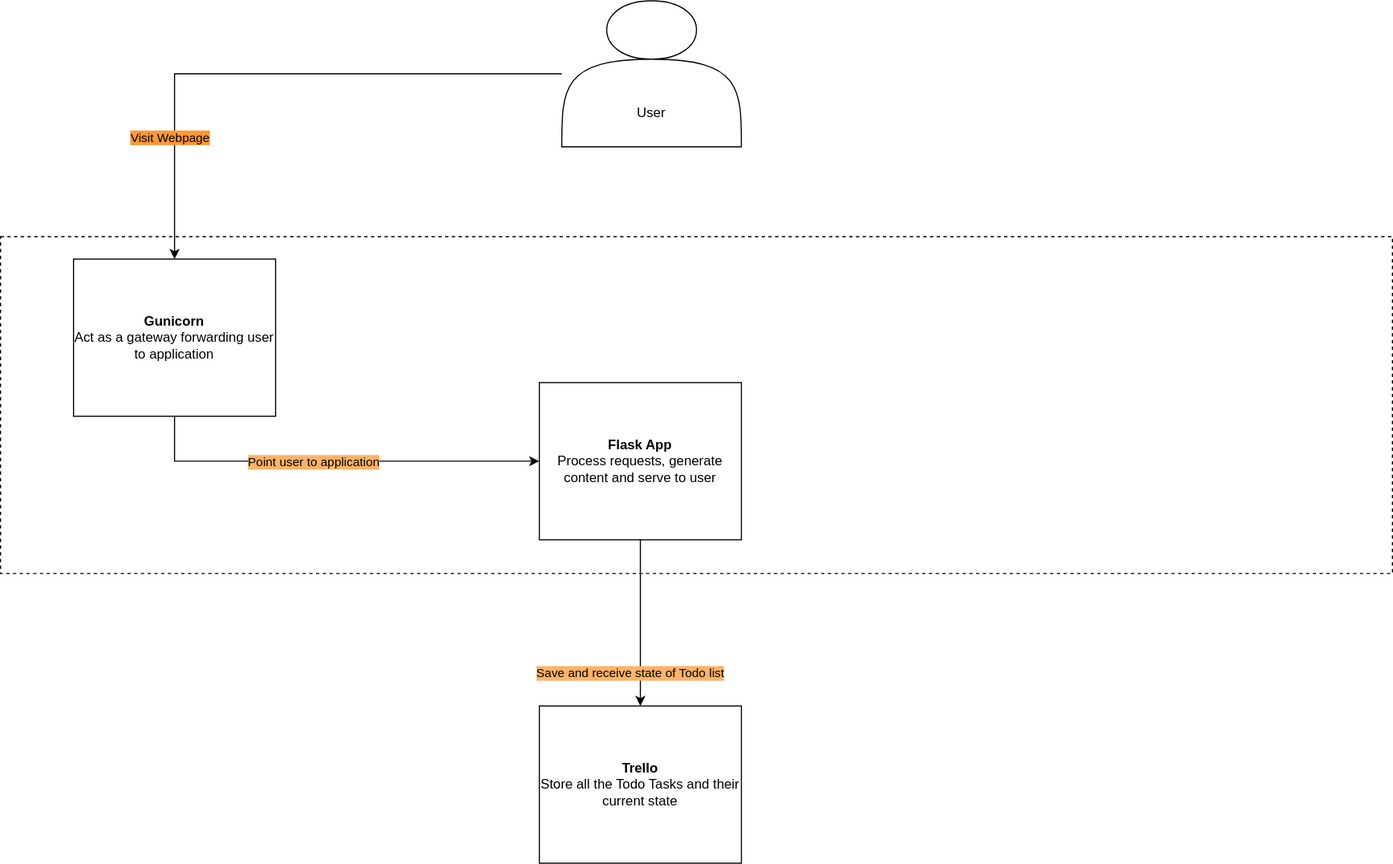
This is documentation/Container.svg from Karrot96/DevOps-Course-Starter, a draw.io export, as it was before one commit. Source tidied: cells renumbered, new cells last; positions are measured from the earlier drawing's top-left corner, leaving out a move shared by most shapes.
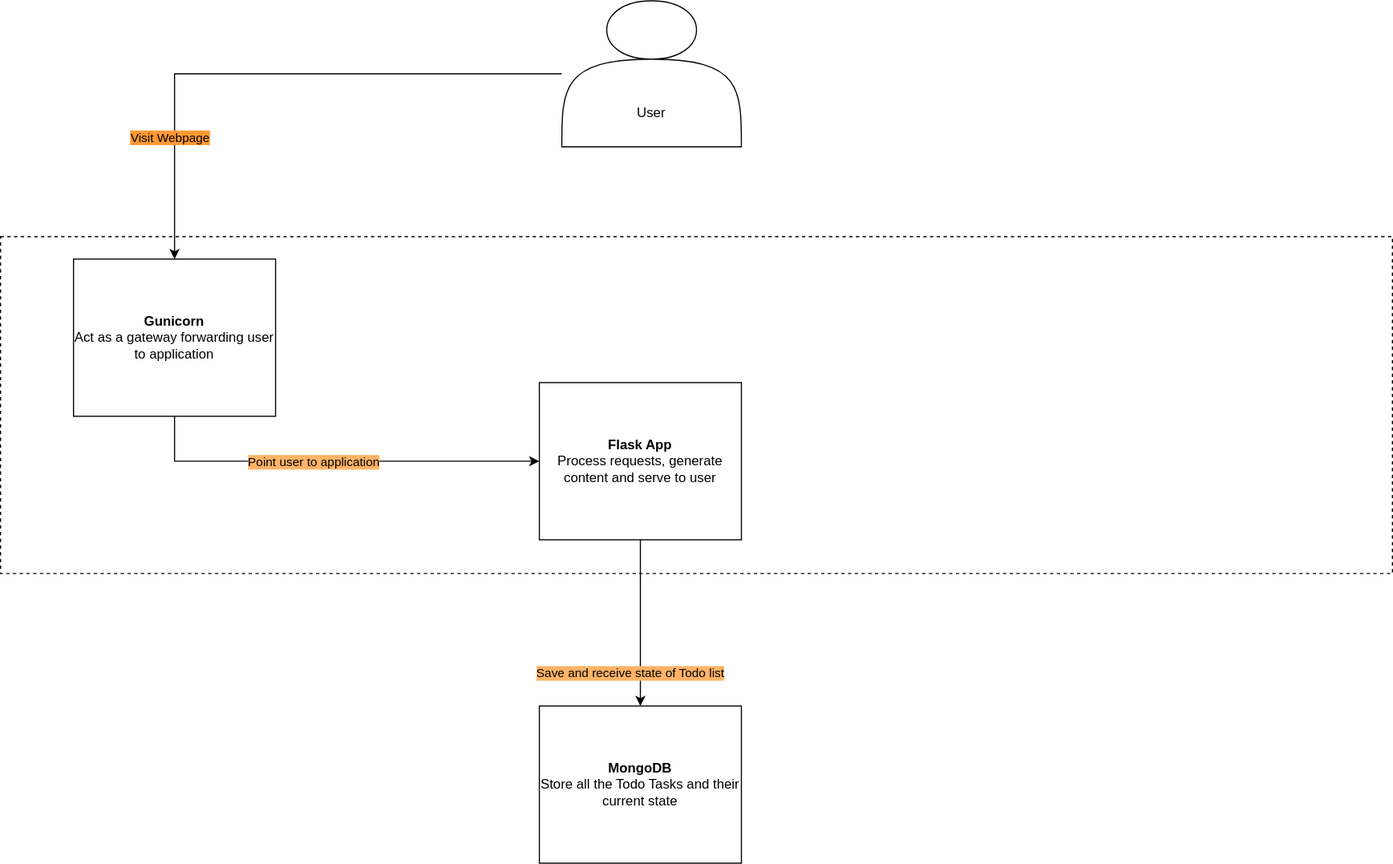
Above is the later version.

Change to the diagram source:
```diff
@@ -45,7 +45,7 @@
     <mxCell id="12" value="&lt;div&gt;&lt;b&gt;Flask App&lt;br&gt;&lt;/b&gt;&lt;/div&gt;&lt;div&gt;Process requests, generate content and serve to user&lt;br&gt;&lt;b&gt;&lt;/b&gt;&lt;/div&gt;" style="rounded=0;whiteSpace=wrap;html=1;" parent="1" vertex="1">
       <mxGeometry x="480" y="340" width="180" height="140" as="geometry" />
     </mxCell>
-    <mxCell id="13" value="&lt;div&gt;&lt;b&gt;Trello&lt;br&gt;&lt;/b&gt;&lt;/div&gt;&lt;div&gt;&lt;span style=&quot;color: rgb(0 , 0 , 0) ; font-family: &amp;#34;helvetica&amp;#34; ; font-size: 12px ; font-style: normal ; font-weight: 400 ; letter-spacing: normal ; text-align: center ; text-indent: 0px ; text-transform: none ; word-spacing: 0px ; display: inline ; float: none&quot;&gt;Store all the Todo Tasks and their current state&lt;/span&gt;&lt;br&gt;&lt;b&gt;&lt;/b&gt;&lt;/div&gt;" style="rounded=0;whiteSpace=wrap;html=1;" parent="1" vertex="1">
+    <mxCell id="13" value="&lt;div&gt;&lt;b&gt;MongoDB&lt;/b&gt;&lt;/div&gt;&lt;div&gt;&lt;span style=&quot;color: rgb(0 , 0 , 0) ; font-family: &amp;#34;helvetica&amp;#34; ; font-size: 12px ; font-style: normal ; font-weight: 400 ; letter-spacing: normal ; text-align: center ; text-indent: 0px ; text-transform: none ; word-spacing: 0px ; display: inline ; float: none&quot;&gt;Store all the Todo Tasks and their current state&lt;/span&gt;&lt;br&gt;&lt;b&gt;&lt;/b&gt;&lt;/div&gt;" style="rounded=0;whiteSpace=wrap;html=1;" parent="1" vertex="1">
       <mxGeometry x="480" y="628" width="180" height="140" as="geometry" />
     </mxCell>
   </root>
```
